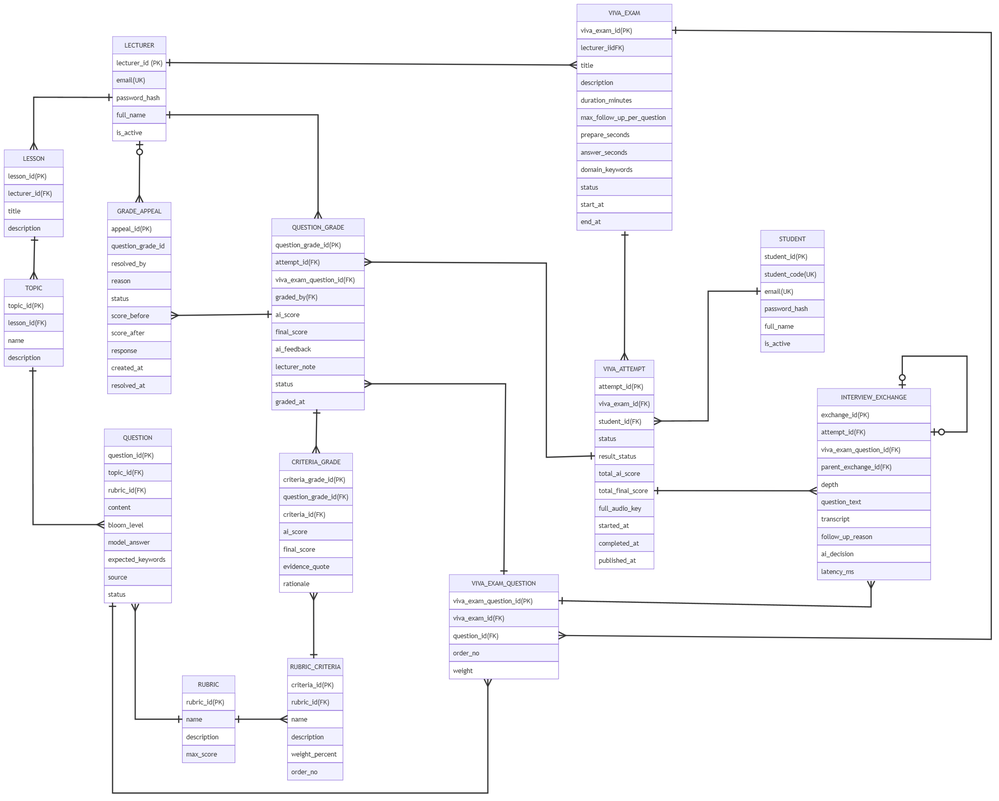
The Mermaid diagram document/ERD/images/logical-erd.png in SWD392-Group-4/AI-powered-Viva-Exam-System, before a commit. Its source is kept beside it as document/ERD/logical-erd.mmd.
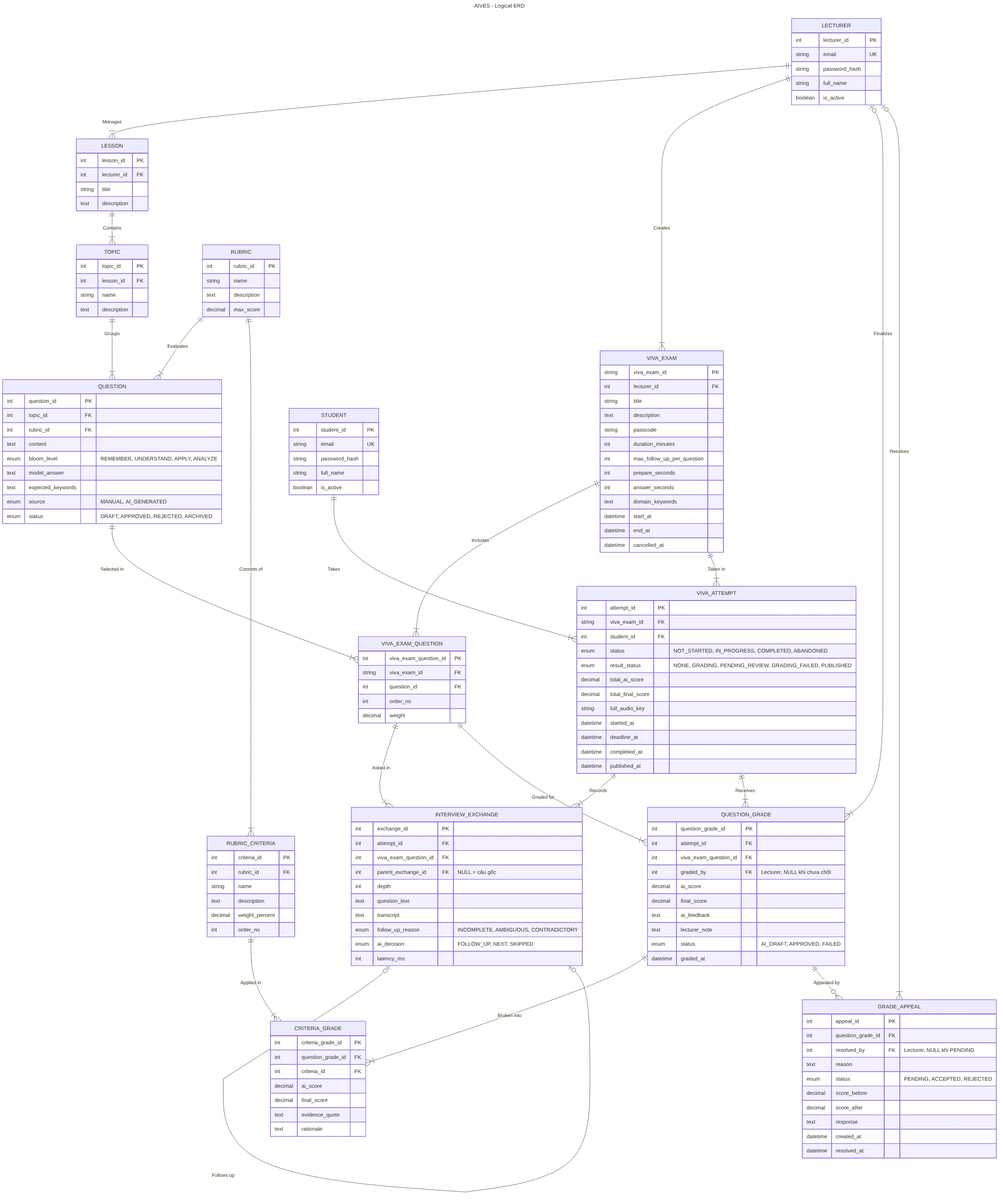
Above is the later version.

What changed in the source:
```diff
@@ -32,7 +32,6 @@
     }
     STUDENT {
         int      student_id    PK
-        string   student_code  UK
         string   email         UK
         string   password_hash
         string   full_name
@@ -76,29 +75,30 @@
         int      order_no
     }
     VIVA_EXAM {
-        int      viva_exam_id               PK
+        string   viva_exam_id               PK
         int      lecturer_id                FK
         string   title
         text     description
+        string   passcode
         int      duration_minutes
         int      max_follow_up_per_question
         int      prepare_seconds
         int      answer_seconds
         text     domain_keywords
-        enum     status                     "DRAFT, SCHEDULED, IN_PROGRESS, COMPLETED, ARCHIVED"
         datetime start_at
         datetime end_at
+        datetime cancelled_at
     }
     VIVA_EXAM_QUESTION {
         int      viva_exam_question_id PK
-        int      viva_exam_id          FK
+        string   viva_exam_id          FK
         int      question_id           FK
         int      order_no
         decimal  weight
     }
     VIVA_ATTEMPT {
         int      attempt_id        PK
-        int      viva_exam_id      FK
+        string   viva_exam_id      FK
         int      student_id        FK
         enum     status            "NOT_STARTED, IN_PROGRESS, COMPLETED, ABANDONED"
         enum     result_status     "NONE, GRADING, PENDING_REVIEW, GRADING_FAILED, PUBLISHED"
@@ -106,6 +106,7 @@
         decimal  total_final_score
         string   full_audio_key
         datetime started_at
+        datetime deadline_at
         datetime completed_at
         datetime published_at
     }
```
